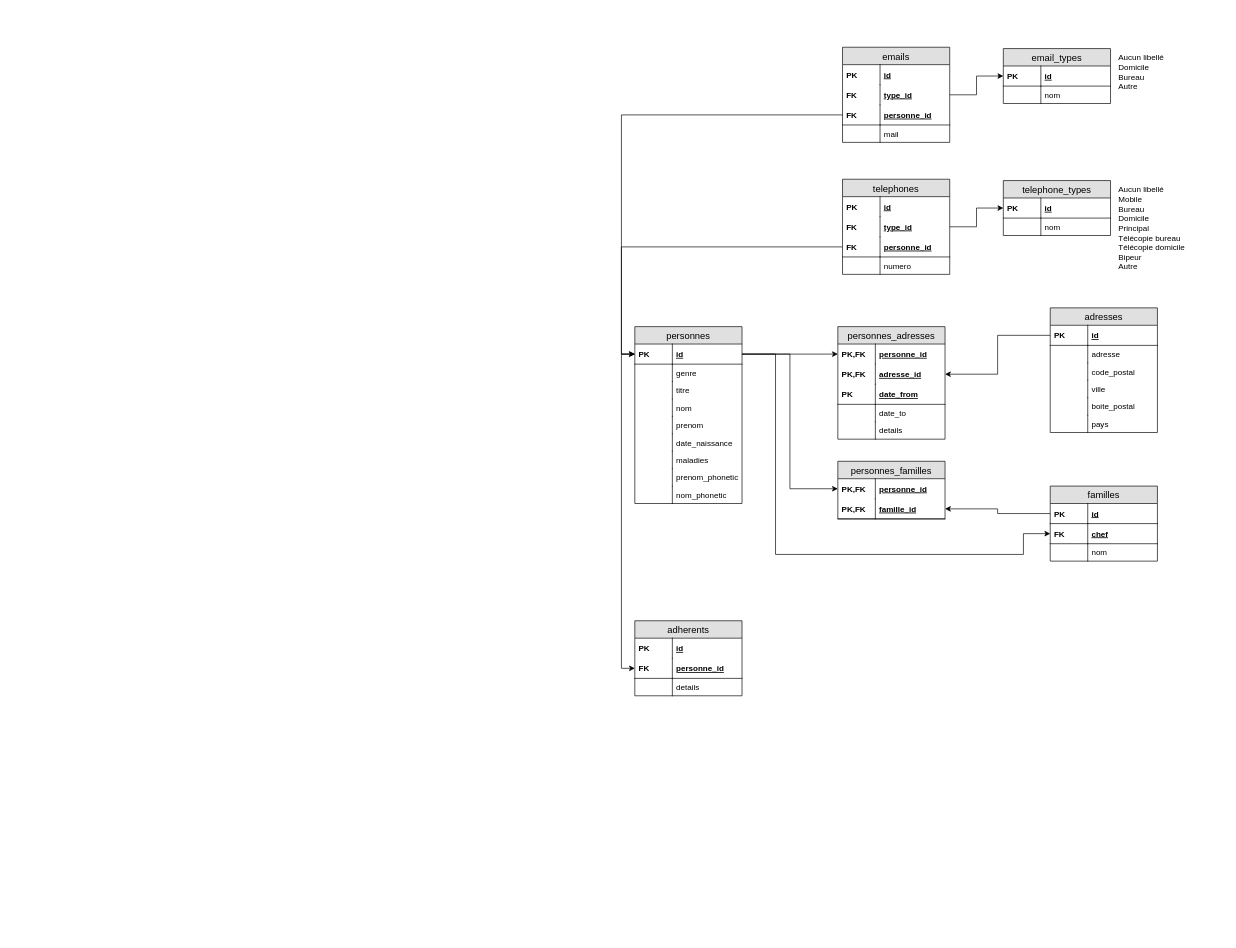
This is architecture.drawio from uniswim/uniswim, a draw.io file, before an edit. Source tidied: cells renumbered, new cells numbered last; positions are measured from the earlier drawing's top-left corner, leaving out a move shared by most shapes. Both pictures are drawn from the tidied source at 67%, with x=0, y=0 at pixel (634, 47).
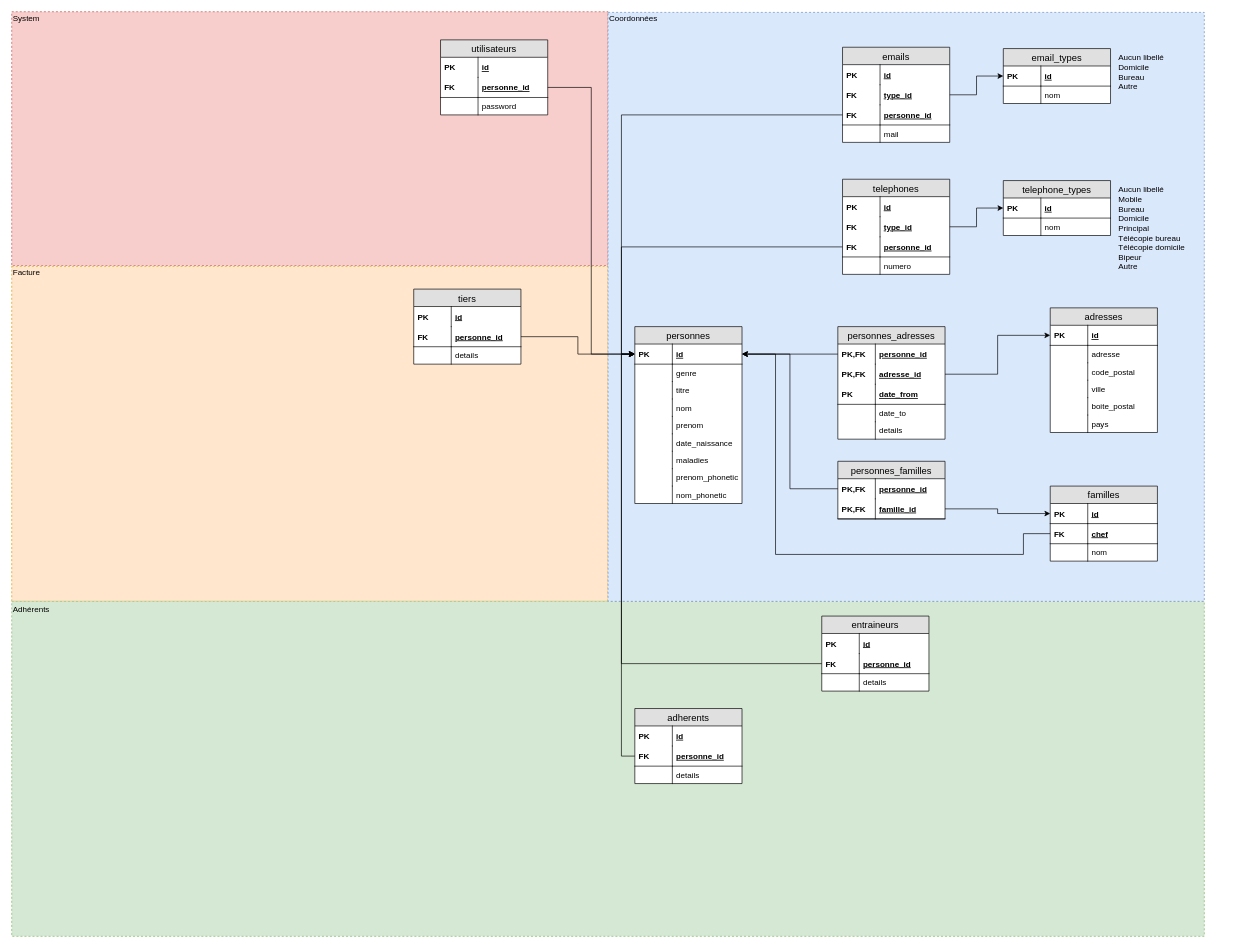
After the change.

Unchanged cells that the change refers to:
```xml
<mxCell id="3" value="id" style="shape=partialRectangle;top=0;left=0;right=0;bottom=1;align=left;verticalAlign=middle;fillColor=none;spacingLeft=60;spacingRight=4;overflow=hidden;points=[[0,0.5],[1,0.5]];portConstraint=eastwest;fontStyle=5;fontSize=12;" parent="2" vertex="1">
  <mxGeometry y="26" width="160" height="30" as="geometry" />
</mxCell>
<mxCell id="22" value="id" style="shape=partialRectangle;top=0;left=0;right=0;bottom=1;align=left;verticalAlign=middle;fillColor=none;spacingLeft=60;spacingRight=4;overflow=hidden;points=[[0,0.5],[1,0.5]];portConstraint=eastwest;fontStyle=5;fontSize=12;" parent="21" vertex="1">
  <mxGeometry y="26" width="160" height="30" as="geometry" />
</mxCell>
<mxCell id="35" value="personne_id" style="shape=partialRectangle;top=0;left=0;right=0;bottom=1;align=left;verticalAlign=middle;fillColor=none;spacingLeft=60;spacingRight=4;overflow=hidden;points=[[0,0.5],[1,0.5]];portConstraint=eastwest;fontStyle=5;fontSize=12;strokeColor=none;" parent="34" vertex="1">
  <mxGeometry y="26" width="160" height="30" as="geometry" />
</mxCell>
<mxCell id="37" value="adresse_id" style="shape=partialRectangle;top=0;left=0;right=0;bottom=1;align=left;verticalAlign=middle;fillColor=none;spacingLeft=60;spacingRight=4;overflow=hidden;points=[[0,0.5],[1,0.5]];portConstraint=eastwest;fontStyle=5;fontSize=12;strokeColor=none;" parent="34" vertex="1">
  <mxGeometry y="56" width="160" height="30" as="geometry" />
</mxCell>
<mxCell id="48" value="id" style="shape=partialRectangle;top=0;left=0;right=0;bottom=1;align=left;verticalAlign=middle;fillColor=none;spacingLeft=60;spacingRight=4;overflow=hidden;points=[[0,0.5],[1,0.5]];portConstraint=eastwest;fontStyle=5;fontSize=12;" parent="47" vertex="1">
  <mxGeometry y="26" width="160" height="30" as="geometry" />
</mxCell>
<mxCell id="50" value="chef" style="shape=partialRectangle;top=0;left=0;right=0;bottom=1;align=left;verticalAlign=middle;fillColor=none;spacingLeft=60;spacingRight=4;overflow=hidden;points=[[0,0.5],[1,0.5]];portConstraint=eastwest;fontStyle=5;fontSize=12;" parent="47" vertex="1">
  <mxGeometry y="56" width="160" height="30" as="geometry" />
</mxCell>
<mxCell id="55" value="personne_id" style="shape=partialRectangle;top=0;left=0;right=0;bottom=1;align=left;verticalAlign=middle;fillColor=none;spacingLeft=60;spacingRight=4;overflow=hidden;points=[[0,0.5],[1,0.5]];portConstraint=eastwest;fontStyle=5;fontSize=12;strokeColor=none;" parent="54" vertex="1">
  <mxGeometry y="26" width="160" height="30" as="geometry" />
</mxCell>
<mxCell id="57" value="famille_id" style="shape=partialRectangle;top=0;left=0;right=0;bottom=1;align=left;verticalAlign=middle;fillColor=none;spacingLeft=60;spacingRight=4;overflow=hidden;points=[[0,0.5],[1,0.5]];portConstraint=eastwest;fontStyle=5;fontSize=12;strokeColor=#000000;" parent="54" vertex="1">
  <mxGeometry y="56" width="160" height="30" as="geometry" />
</mxCell>
<mxCell id="65" value="personne_id" style="shape=partialRectangle;top=0;left=0;right=0;bottom=1;align=left;verticalAlign=middle;fillColor=none;spacingLeft=60;spacingRight=4;overflow=hidden;points=[[0,0.5],[1,0.5]];portConstraint=eastwest;fontStyle=5;fontSize=12;" parent="62" vertex="1">
  <mxGeometry y="56" width="160" height="30" as="geometry" />
</mxCell>
```

The edit, as a diff of the source:
```diff
@@
+    <mxCell id="104" style="rounded=0;whiteSpace=wrap;html=1;align=left;fillColor=#f8cecc;strokeColor=#b85450;dashed=1;" parent="1" vertex="1">
+      <mxGeometry x="-930" y="-53" width="890" height="379" as="geometry" />
+    </mxCell>
+    <mxCell id="105" style="rounded=0;whiteSpace=wrap;html=1;align=left;fillColor=#ffe6cc;strokeColor=#d79b00;dashed=1;" parent="1" vertex="1">
+      <mxGeometry x="-930" y="327" width="890" height="500" as="geometry" />
+    </mxCell>
+    <mxCell id="106" style="rounded=0;whiteSpace=wrap;html=1;align=left;fillColor=#d5e8d4;strokeColor=#82b366;dashed=1;" parent="1" vertex="1">
+      <mxGeometry x="-930" y="827" width="1780" height="500" as="geometry" />
+    </mxCell>
+    <mxCell id="107" style="rounded=0;whiteSpace=wrap;html=1;align=left;fillColor=#dae8fc;strokeColor=#6c8ebf;dashed=1;" parent="1" vertex="1">
+      <mxGeometry x="-40" y="-52" width="890" height="879" as="geometry" />
+    </mxCell>
@@
-    <mxCell id="45" style="edgeStyle=orthogonalEdgeStyle;rounded=0;jettySize=auto;html=1;exitX=1;exitY=0.5;exitDx=0;exitDy=0;entryX=0;entryY=0.5;entryDx=0;entryDy=0;" parent="1" edge="1" source="3" target="35">
+    <mxCell id="45" style="edgeStyle=orthogonalEdgeStyle;rounded=0;jettySize=auto;html=1;exitX=1;exitY=0.5;exitDx=0;exitDy=0;entryX=0;entryY=0.5;entryDx=0;entryDy=0;startArrow=classic;startFill=1;endArrow=none;endFill=0;" parent="1" edge="1" source="3" target="35">
       <mxGeometry relative="1" as="geometry" />
     </mxCell>
-    <mxCell id="46" style="edgeStyle=orthogonalEdgeStyle;rounded=0;jettySize=auto;html=1;exitX=0;exitY=0.5;exitDx=0;exitDy=0;entryX=1;entryY=0.5;entryDx=0;entryDy=0;" parent="1" edge="1" source="22" target="37">
+    <mxCell id="46" style="edgeStyle=orthogonalEdgeStyle;rounded=0;jettySize=auto;html=1;exitX=0;exitY=0.5;exitDx=0;exitDy=0;entryX=1;entryY=0.5;entryDx=0;entryDy=0;startArrow=classic;startFill=1;endArrow=none;endFill=0;" parent="1" edge="1" source="22" target="37">
       <mxGeometry relative="1" as="geometry" />
     </mxCell>
@@
-    <mxCell id="59" style="edgeStyle=orthogonalEdgeStyle;rounded=0;jettySize=auto;html=1;exitX=1;exitY=0.5;exitDx=0;exitDy=0;entryX=0;entryY=0.5;entryDx=0;entryDy=0;" parent="1" edge="1" source="3" target="55">
+    <mxCell id="59" style="edgeStyle=orthogonalEdgeStyle;rounded=0;jettySize=auto;html=1;exitX=1;exitY=0.5;exitDx=0;exitDy=0;entryX=0;entryY=0.5;entryDx=0;entryDy=0;startArrow=classic;startFill=1;endArrow=none;endFill=0;" parent="1" edge="1" source="3" target="55">
       <mxGeometry relative="1" as="geometry" />
     </mxCell>
-    <mxCell id="60" style="edgeStyle=orthogonalEdgeStyle;rounded=0;jettySize=auto;html=1;exitX=0;exitY=0.5;exitDx=0;exitDy=0;entryX=1;entryY=0.5;entryDx=0;entryDy=0;" parent="1" edge="1" source="48" target="57">
+    <mxCell id="60" style="edgeStyle=orthogonalEdgeStyle;rounded=0;jettySize=auto;html=1;exitX=0;exitY=0.5;exitDx=0;exitDy=0;entryX=1;entryY=0.5;entryDx=0;entryDy=0;startArrow=classic;startFill=1;endArrow=none;endFill=0;" parent="1" edge="1" source="48" target="57">
       <mxGeometry relative="1" as="geometry" />
     </mxCell>
-    <mxCell id="61" style="edgeStyle=orthogonalEdgeStyle;rounded=0;jettySize=auto;html=1;exitX=1;exitY=0.5;exitDx=0;exitDy=0;entryX=0;entryY=0.5;entryDx=0;entryDy=0;" parent="1" edge="1" source="3" target="50">
+    <mxCell id="61" style="edgeStyle=orthogonalEdgeStyle;rounded=0;jettySize=auto;html=1;exitX=1;exitY=0.5;exitDx=0;exitDy=0;entryX=0;entryY=0.5;entryDx=0;entryDy=0;startArrow=classic;startFill=1;endArrow=none;endFill=0;" parent="1" edge="1" source="3" target="50">
       <mxGeometry relative="1" as="geometry">
         <Array as="points">
           <mxPoint x="210" y="458" />
           <mxPoint x="210" y="757" />
           <mxPoint x="580" y="757" />
           <mxPoint x="580" y="726" />
         </Array>
       </mxGeometry>
     </mxCell>
     <mxCell id="62" value="adherents" style="swimlane;fontStyle=0;horizontal=1;startSize=26;fillColor=#e0e0e0;swimlaneFillColor=#ffffff;align=center;fontSize=14;" parent="1" vertex="1">
-      <mxGeometry y="856" width="160" height="112" as="geometry" />
+      <mxGeometry y="987" width="160" height="112" as="geometry" />
     </mxCell>
@@
-    <mxCell id="69" style="edgeStyle=orthogonalEdgeStyle;rounded=0;jettySize=auto;html=1;exitX=0;exitY=0.5;exitDx=0;exitDy=0;entryX=0;entryY=0.5;entryDx=0;entryDy=0;" parent="1" edge="1" source="3" target="65">
+    <mxCell id="69" style="edgeStyle=orthogonalEdgeStyle;rounded=0;jettySize=auto;html=1;exitX=0;exitY=0.5;exitDx=0;exitDy=0;entryX=0;entryY=0.5;entryDx=0;entryDy=0;startArrow=classic;startFill=1;endArrow=none;endFill=0;" parent="1" edge="1" source="3" target="65">
       <mxGeometry relative="1" as="geometry" />
     </mxCell>
@@
+    <mxCell id="108" value="utilisateurs" style="swimlane;fontStyle=0;horizontal=1;startSize=26;fillColor=#e0e0e0;swimlaneFillColor=#ffffff;align=center;fontSize=14;" parent="1" vertex="1">
+      <mxGeometry x="-290" y="-11" width="160" height="112" as="geometry" />
+    </mxCell>
+    <mxCell id="109" value="id" style="shape=partialRectangle;top=0;left=0;right=0;bottom=1;align=left;verticalAlign=middle;fillColor=none;spacingLeft=60;spacingRight=4;overflow=hidden;fontStyle=5;fontSize=12;strokeColor=none;" parent="108" vertex="1">
+      <mxGeometry y="26" width="160" height="30" as="geometry" />
+    </mxCell>
+    <mxCell id="110" value="PK" style="shape=partialRectangle;fontStyle=1;top=0;left=0;bottom=0;fillColor=none;align=left;verticalAlign=middle;spacingLeft=4;spacingRight=4;overflow=hidden;fontSize=12;" parent="109" vertex="1">
+      <mxGeometry width="56" height="30" as="geometry" />
+    </mxCell>
+    <mxCell id="111" value="personne_id" style="shape=partialRectangle;top=0;left=0;right=0;bottom=1;align=left;verticalAlign=middle;fillColor=none;spacingLeft=60;spacingRight=4;overflow=hidden;points=[[0,0.5],[1,0.5]];portConstraint=eastwest;fontStyle=5;fontSize=12;" parent="108" vertex="1">
+      <mxGeometry y="56" width="160" height="30" as="geometry" />
+    </mxCell>
+    <mxCell id="112" value="FK" style="shape=partialRectangle;fontStyle=1;top=0;left=0;bottom=0;fillColor=none;align=left;verticalAlign=middle;spacingLeft=4;spacingRight=4;overflow=hidden;fontSize=12;" parent="111" vertex="1">
+      <mxGeometry width="56" height="30" as="geometry" />
+    </mxCell>
+    <mxCell id="113" value="password" style="shape=partialRectangle;top=0;left=0;right=0;bottom=0;align=left;verticalAlign=top;fillColor=none;spacingLeft=60;spacingRight=4;overflow=hidden;fontSize=12;" parent="108" vertex="1">
+      <mxGeometry y="86" width="160" height="26" as="geometry" />
+    </mxCell>
+    <mxCell id="114" style="shape=partialRectangle;top=0;left=0;bottom=0;fillColor=none;align=left;verticalAlign=top;spacingLeft=4;spacingRight=4;overflow=hidden;fontSize=12;" parent="113" vertex="1">
+      <mxGeometry width="56" height="26" as="geometry" />
+    </mxCell>
+    <mxCell id="115" style="edgeStyle=orthogonalEdgeStyle;rounded=0;jettySize=auto;html=1;exitX=1;exitY=0.5;exitDx=0;exitDy=0;entryX=0;entryY=0.5;entryDx=0;entryDy=0;" parent="1" edge="1" source="111" target="3">
+      <mxGeometry relative="1" as="geometry" />
+    </mxCell>
+    <mxCell id="116" value="tiers" style="swimlane;fontStyle=0;horizontal=1;startSize=26;fillColor=#e0e0e0;swimlaneFillColor=#ffffff;align=center;fontSize=14;" parent="1" vertex="1">
+      <mxGeometry x="-330" y="361" width="160" height="112" as="geometry" />
+    </mxCell>
+    <mxCell id="117" value="id" style="shape=partialRectangle;top=0;left=0;right=0;bottom=1;align=left;verticalAlign=middle;fillColor=none;spacingLeft=60;spacingRight=4;overflow=hidden;fontStyle=5;fontSize=12;strokeColor=none;" parent="116" vertex="1">
+      <mxGeometry y="26" width="160" height="30" as="geometry" />
+    </mxCell>
+    <mxCell id="118" value="PK" style="shape=partialRectangle;fontStyle=1;top=0;left=0;bottom=0;fillColor=none;align=left;verticalAlign=middle;spacingLeft=4;spacingRight=4;overflow=hidden;fontSize=12;" parent="117" vertex="1">
+      <mxGeometry width="56" height="30" as="geometry" />
+    </mxCell>
+    <mxCell id="119" value="personne_id" style="shape=partialRectangle;top=0;left=0;right=0;bottom=1;align=left;verticalAlign=middle;fillColor=none;spacingLeft=60;spacingRight=4;overflow=hidden;points=[[0,0.5],[1,0.5]];portConstraint=eastwest;fontStyle=5;fontSize=12;" parent="116" vertex="1">
+      <mxGeometry y="56" width="160" height="30" as="geometry" />
+    </mxCell>
+    <mxCell id="120" value="FK" style="shape=partialRectangle;fontStyle=1;top=0;left=0;bottom=0;fillColor=none;align=left;verticalAlign=middle;spacingLeft=4;spacingRight=4;overflow=hidden;fontSize=12;" parent="119" vertex="1">
+      <mxGeometry width="56" height="30" as="geometry" />
+    </mxCell>
+    <mxCell id="121" value="details" style="shape=partialRectangle;top=0;left=0;right=0;bottom=0;align=left;verticalAlign=top;fillColor=none;spacingLeft=60;spacingRight=4;overflow=hidden;fontSize=12;" parent="116" vertex="1">
+      <mxGeometry y="86" width="160" height="26" as="geometry" />
+    </mxCell>
+    <mxCell id="122" style="shape=partialRectangle;top=0;left=0;bottom=0;fillColor=none;align=left;verticalAlign=top;spacingLeft=4;spacingRight=4;overflow=hidden;fontSize=12;" parent="121" vertex="1">
+      <mxGeometry width="56" height="26" as="geometry" />
+    </mxCell>
+    <mxCell id="123" style="edgeStyle=orthogonalEdgeStyle;rounded=0;jettySize=auto;html=1;exitX=1;exitY=0.5;exitDx=0;exitDy=0;entryX=0;entryY=0.5;entryDx=0;entryDy=0;" parent="1" edge="1" source="119" target="3">
+      <mxGeometry relative="1" as="geometry" />
+    </mxCell>
+    <mxCell id="124" value="entraineurs" style="swimlane;fontStyle=0;horizontal=1;startSize=26;fillColor=#e0e0e0;swimlaneFillColor=#ffffff;align=center;fontSize=14;" parent="1" vertex="1">
+      <mxGeometry x="279" y="849" width="160" height="112" as="geometry" />
+    </mxCell>
+    <mxCell id="125" value="id" style="shape=partialRectangle;top=0;left=0;right=0;bottom=1;align=left;verticalAlign=middle;fillColor=none;spacingLeft=60;spacingRight=4;overflow=hidden;fontStyle=5;fontSize=12;strokeColor=none;" parent="124" vertex="1">
+      <mxGeometry y="26" width="160" height="30" as="geometry" />
+    </mxCell>
+    <mxCell id="126" value="PK" style="shape=partialRectangle;fontStyle=1;top=0;left=0;bottom=0;fillColor=none;align=left;verticalAlign=middle;spacingLeft=4;spacingRight=4;overflow=hidden;fontSize=12;" parent="125" vertex="1">
+      <mxGeometry width="56" height="30" as="geometry" />
+    </mxCell>
+    <mxCell id="127" value="personne_id" style="shape=partialRectangle;top=0;left=0;right=0;bottom=1;align=left;verticalAlign=middle;fillColor=none;spacingLeft=60;spacingRight=4;overflow=hidden;points=[[0,0.5],[1,0.5]];portConstraint=eastwest;fontStyle=5;fontSize=12;" parent="124" vertex="1">
+      <mxGeometry y="56" width="160" height="30" as="geometry" />
+    </mxCell>
+    <mxCell id="128" value="FK" style="shape=partialRectangle;fontStyle=1;top=0;left=0;bottom=0;fillColor=none;align=left;verticalAlign=middle;spacingLeft=4;spacingRight=4;overflow=hidden;fontSize=12;" parent="127" vertex="1">
+      <mxGeometry width="56" height="30" as="geometry" />
+    </mxCell>
+    <mxCell id="129" value="details" style="shape=partialRectangle;top=0;left=0;right=0;bottom=0;align=left;verticalAlign=top;fillColor=none;spacingLeft=60;spacingRight=4;overflow=hidden;fontSize=12;" parent="124" vertex="1">
+      <mxGeometry y="86" width="160" height="26" as="geometry" />
+    </mxCell>
+    <mxCell id="130" style="shape=partialRectangle;top=0;left=0;bottom=0;fillColor=none;align=left;verticalAlign=top;spacingLeft=4;spacingRight=4;overflow=hidden;fontSize=12;" parent="129" vertex="1">
+      <mxGeometry width="56" height="26" as="geometry" />
+    </mxCell>
+    <mxCell id="131" style="edgeStyle=orthogonalEdgeStyle;rounded=0;jettySize=auto;html=1;exitX=0;exitY=0.5;exitDx=0;exitDy=0;entryX=0;entryY=0.5;entryDx=0;entryDy=0;" parent="1" edge="1" source="127" target="3">
+      <mxGeometry relative="1" as="geometry" />
+    </mxCell>
+    <mxCell id="132" value="System" style="text;html=1;strokeColor=none;fillColor=none;align=left;verticalAlign=middle;whiteSpace=wrap;rounded=0;dashed=1;" parent="1" vertex="1">
+      <mxGeometry x="-930" y="-52" width="890" height="20" as="geometry" />
+    </mxCell>
+    <mxCell id="133" value="Facture" style="text;html=1;strokeColor=none;fillColor=none;align=left;verticalAlign=middle;whiteSpace=wrap;rounded=0;dashed=1;" parent="1" vertex="1">
+      <mxGeometry x="-930" y="326" width="890" height="20" as="geometry" />
+    </mxCell>
+    <mxCell id="134" value="Coordonnées" style="text;html=1;strokeColor=none;fillColor=none;align=left;verticalAlign=middle;whiteSpace=wrap;rounded=0;dashed=1;" parent="1" vertex="1">
+      <mxGeometry x="-40" y="-52" width="890" height="20" as="geometry" />
+    </mxCell>
+    <mxCell id="135" value="Adhérents" style="text;html=1;strokeColor=none;fillColor=none;align=left;verticalAlign=middle;whiteSpace=wrap;rounded=0;dashed=1;" parent="1" vertex="1">
+      <mxGeometry x="-930" y="829" width="890" height="20" as="geometry" />
+    </mxCell>
```
